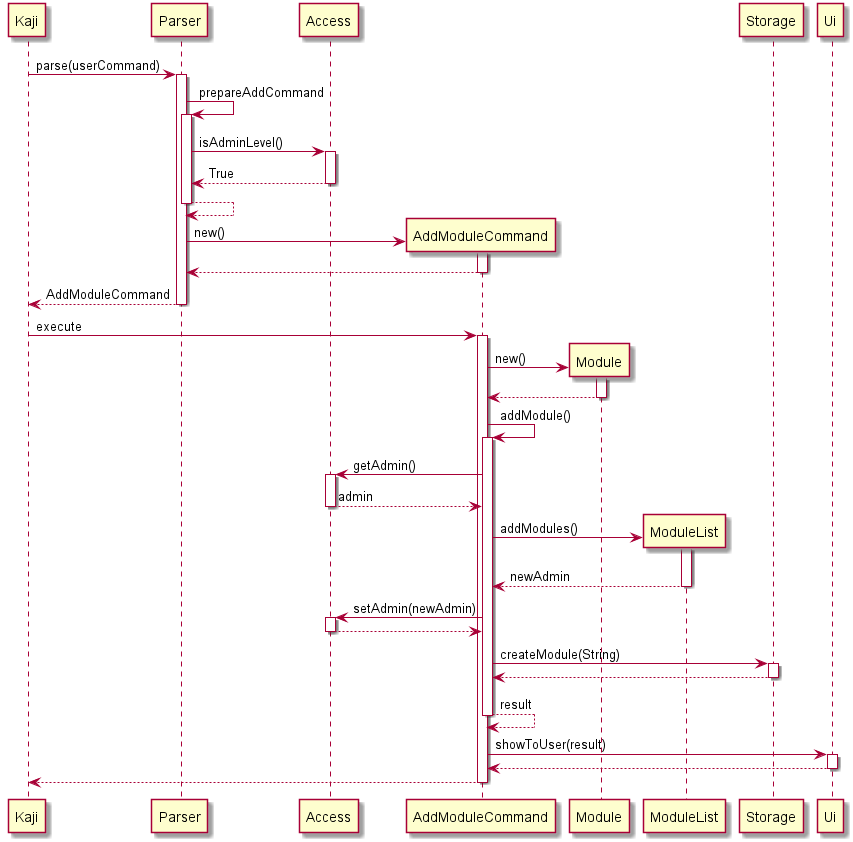
Earlier version of the PlantUML export docs/UML/AddModuleCommand.png (nus-cs2113-AY2021S1/tp).
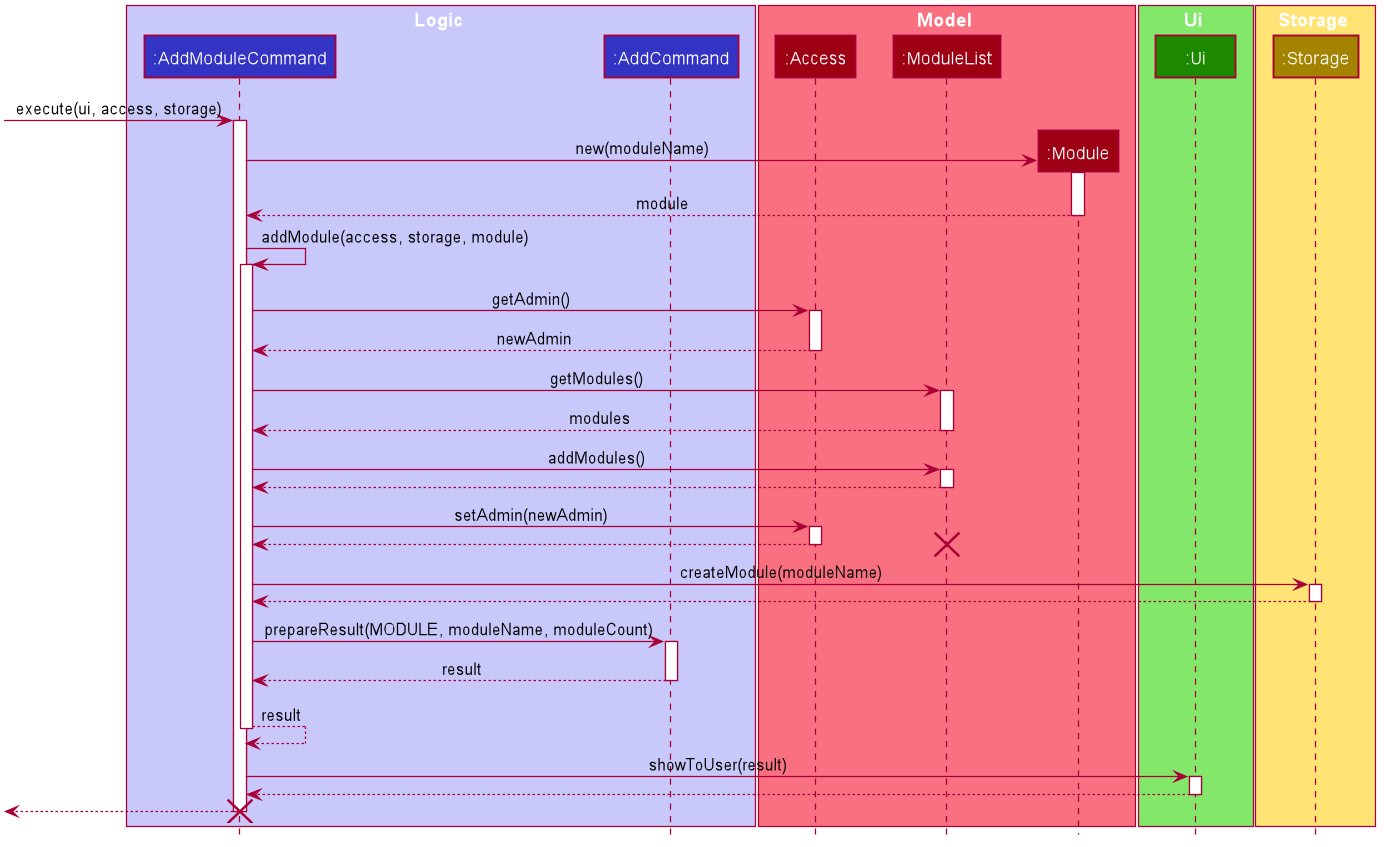
Later version of the same file.

Change to the diagram source:
```diff
@@ -1,31 +1,96 @@
 @startuml
-Kaji -> Parser ++ : parse(userCommand)
-Parser -> Parser ++ : prepareAddCommand
-Parser -> Access ++ : isAdminLevel()
-return True
+
+
+
+
+
+
+
+
+skinparam BackgroundColor #FFFFFFF
+
+skinparam Shadowing false
+
+skinparam Class {
+    FontColor #FFFFFF
+    BorderThickness 1
+    BorderColor #FFFFFF
+    StereotypeFontColor #FFFFFF
+    FontName Arial
+}
+
+skinparam Actor {
+    BorderColor #000000
+    Color #000000
+    FontName Arial
+}
+
+skinparam Sequence {
+    MessageAlign center
+    BoxFontSize 15
+    BoxPadding 0
+    BoxFontColor #FFFFFF
+    FontName Arial
+}
+
+skinparam Participant {
+    FontColor #FFFFFFF
+    Padding 20
+}
+
+skinparam MinClassWidth 50
+skinparam ParticipantPadding 10
+skinparam Shadowing false
+skinparam DefaultTextAlignment center
+skinparam packageStyle Rectangle
+skinparam classAttributeIconSize 0
+skinparam classAttributeFontColor white
+skinparam classAttributeFontSize 12
+
+hide footbox
+hide members
+hide circle
+
+box Logic #C8C8FA
+participant ":AddModuleCommand" as AddModuleCommand #3333C4
+participant ":AddCommand" as AddCommand #3333C4
+end box
+
+box Model #F97181
+participant ":Access" as Access #9D0012
+participant ":ModuleList" as ModuleList #9D0012
+participant ":Module" as Module #9D0012
+end box
+
+box Ui #83E769
+participant ":Ui" as Ui #1D8900
+end box
+
+box Storage #FFE374
+participant ":Storage" as Storage #A38300
+end box
+
+-> AddModuleCommand ++ : execute(ui, access, storage)
+create Module
+AddModuleCommand -> Module ++ : new(moduleName)
+return module
+AddModuleCommand -> AddModuleCommand ++ : addModule(access, storage, module)
+AddModuleCommand -> Access ++ : getAdmin()
+return newAdmin
+AddModuleCommand -> ModuleList ++ : getModules()
+return modules
+AddModuleCommand -> ModuleList ++ : addModules()
 return
-create AddModuleCommand
-Parser -> AddModuleCommand ++ : new()
-return
-return AddModuleCommand
-Kaji -> AddModuleCommand ++ : execute
-
-create Module
-AddModuleCommand -> Module ++ : new()
-return
-AddModuleCommand -> AddModuleCommand ++ : addModule()
-AddModuleCommand -> Access ++ : getAdmin()
-return admin
-create ModuleList
-AddModuleCommand -> ModuleList ++ : addModules()
-return newAdmin
 AddModuleCommand -> Access ++ : setAdmin(newAdmin)
 return
-AddModuleCommand -> Storage ++: createModule(String)
+destroy ModuleList
+AddModuleCommand -> Storage ++: createModule(moduleName)
 return
+AddModuleCommand -> AddCommand ++: prepareResult(MODULE, moduleName, moduleCount)
+return result
 return result
 AddModuleCommand -> Ui ++ : showToUser(result)
 return
 return
-
+destroy AddModuleCommand
 @enduml
```
